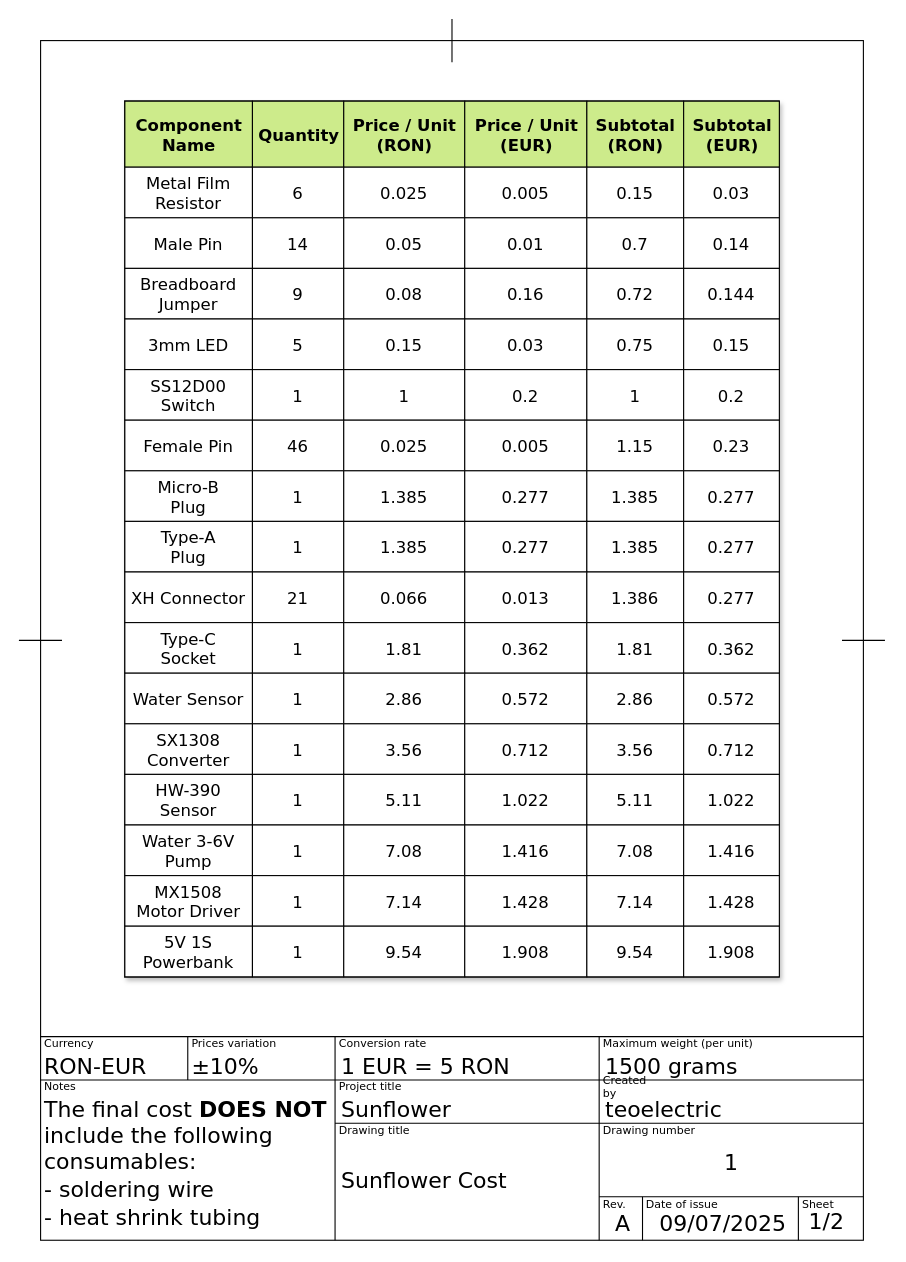
Before: page "Sheet 1" (1 of 2) of Projects/SunFlower/Cost/DRAWIO/Sunflower_Cost.drawio in teodormorosanu/Electronic-Projects, a draw.io diagram. Source tidied: cells renumbered, new cells numbered last; positions are measured from the earlier drawing's top-left corner, leaving out a move shared by most shapes. Both pictures are drawn from the tidied source at 110%, with x=0, y=0 at pixel (19, 19).
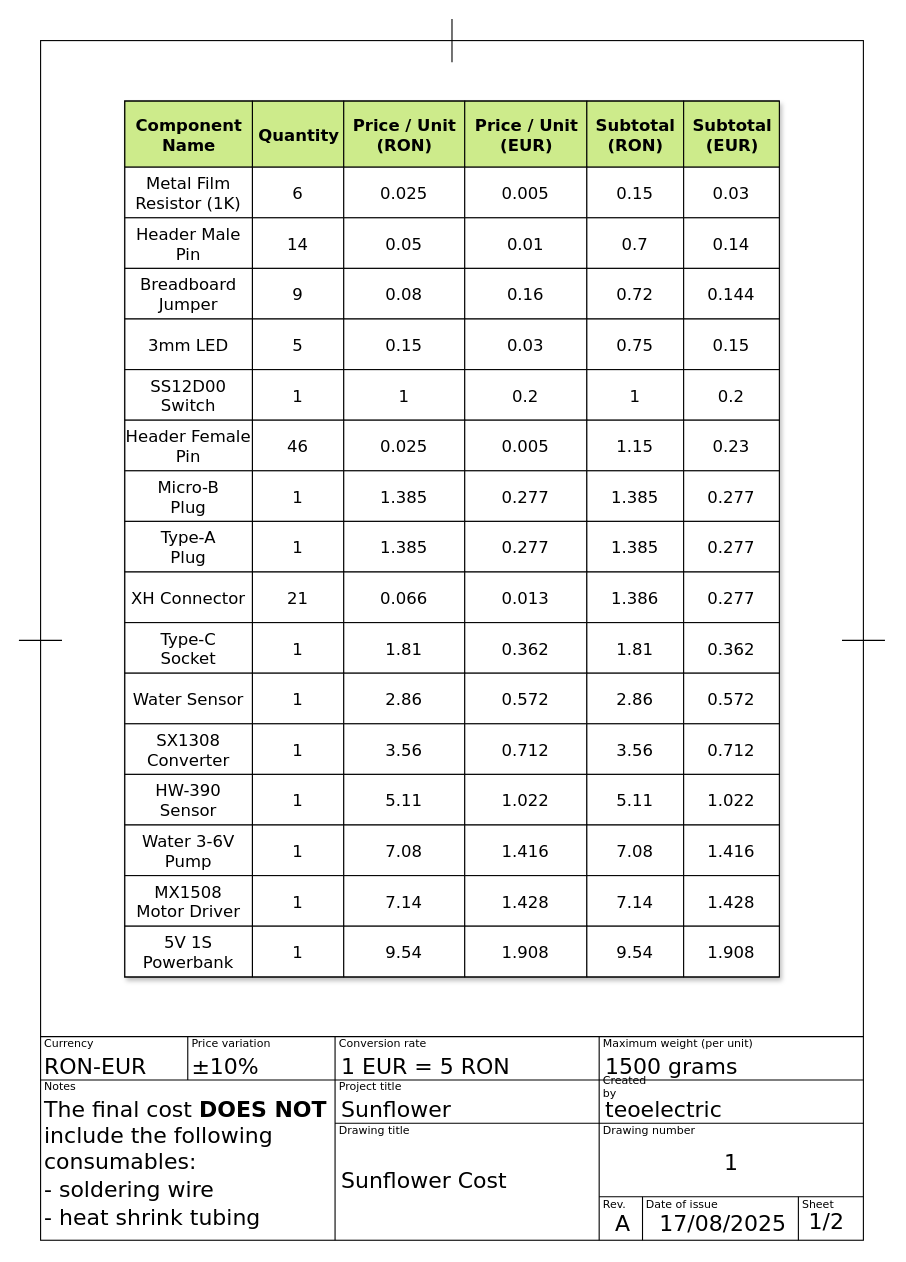
Above is the later version.

The change refers to these unchanged cells:
```xml
<mxCell id="49" style="shape=tableRow;horizontal=0;startSize=0;swimlaneHead=0;swimlaneBody=0;top=0;left=0;bottom=0;right=0;fontStyle=0;strokeColor=default;fontSize=15;" parent="41" vertex="1">
  <mxGeometry y="60" width="594.6" height="46" as="geometry" />
</mxCell>
<mxCell id="56" style="shape=tableRow;horizontal=0;startSize=0;swimlaneHead=0;swimlaneBody=0;top=0;left=0;bottom=0;right=0;fontStyle=0;strokeColor=default;fontSize=15;" parent="41" vertex="1">
  <mxGeometry y="106" width="594.6" height="46" as="geometry" />
</mxCell>
<mxCell id="84" style="shape=tableRow;horizontal=0;startSize=0;swimlaneHead=0;swimlaneBody=0;top=0;left=0;bottom=0;right=0;fontStyle=0;strokeColor=default;fontSize=15;" parent="41" vertex="1">
  <mxGeometry y="290" width="594.6" height="46" as="geometry" />
</mxCell>
```

Change to the diagram source:
```diff
@@
-    <mxCell id="16" value="&lt;font style=&quot;font-size: 10px;&quot;&gt;Prices variation&lt;/font&gt;" style="text;html=1;align=left;verticalAlign=middle;whiteSpace=wrap;rounded=0;fontStyle=0;fontFamily=Verdana;fontSize=10;" parent="1" vertex="1">
+    <mxCell id="16" value="&lt;font style=&quot;font-size: 10px;&quot;&gt;Price variation&lt;/font&gt;" style="text;html=1;align=left;verticalAlign=middle;whiteSpace=wrap;rounded=0;fontStyle=0;fontFamily=Verdana;fontSize=10;" parent="1" vertex="1">
       <mxGeometry x="155.2" y="924.9" width="78.7" height="12.3" as="geometry" />
     </mxCell>
@@
-    <mxCell id="50" value="Metal Film&lt;div&gt;Resistor&lt;/div&gt;" style="align=center;whiteSpace=wrap;html=1;strokeColor=default;fontSize=15;fontFamily=Verdana;" parent="49" vertex="1">
+    <mxCell id="50" value="Metal Film&lt;div&gt;Resistor (1K)&lt;/div&gt;" style="align=center;whiteSpace=wrap;html=1;strokeColor=default;fontSize=15;fontFamily=Verdana;" parent="49" vertex="1">
       <mxGeometry width="116" height="46" as="geometry" />
     </mxCell>
@@
-    <mxCell id="57" value="Male Pin" style="align=center;whiteSpace=wrap;html=1;strokeColor=default;fontSize=15;fontFamily=Verdana;" parent="56" vertex="1">
+    <mxCell id="57" value="Header Male Pin" style="align=center;whiteSpace=wrap;html=1;strokeColor=default;fontSize=15;fontFamily=Verdana;" parent="56" vertex="1">
       <mxGeometry width="116" height="46" as="geometry" />
     </mxCell>
@@
-    <mxCell id="85" value="Female Pin" style="align=center;whiteSpace=wrap;html=1;strokeColor=default;fontSize=15;fontFamily=Verdana;" parent="84" vertex="1">
+    <mxCell id="85" value="Header Female Pin" style="align=center;whiteSpace=wrap;html=1;strokeColor=default;fontSize=15;fontFamily=Verdana;" parent="84" vertex="1">
       <mxGeometry width="116" height="46" as="geometry" />
     </mxCell>
@@
-    <mxCell id="161" value="&lt;font style=&quot;font-size: 20px; font-weight: normal;&quot;&gt;09/07/2025&lt;/font&gt;" style="text;html=1;align=center;verticalAlign=middle;whiteSpace=wrap;rounded=0;fillColor=none;fontStyle=1;fontFamily=Verdana;" parent="1" vertex="1">
+    <mxCell id="161" value="&lt;font style=&quot;font-size: 20px; font-weight: normal;&quot;&gt;17/08/2025&lt;/font&gt;" style="text;html=1;align=center;verticalAlign=middle;whiteSpace=wrap;rounded=0;fillColor=none;fontStyle=1;fontFamily=Verdana;" parent="1" vertex="1">
       <mxGeometry x="629.6" y="1088.3" width="19.7" height="12.3" as="geometry" />
     </mxCell>
```
